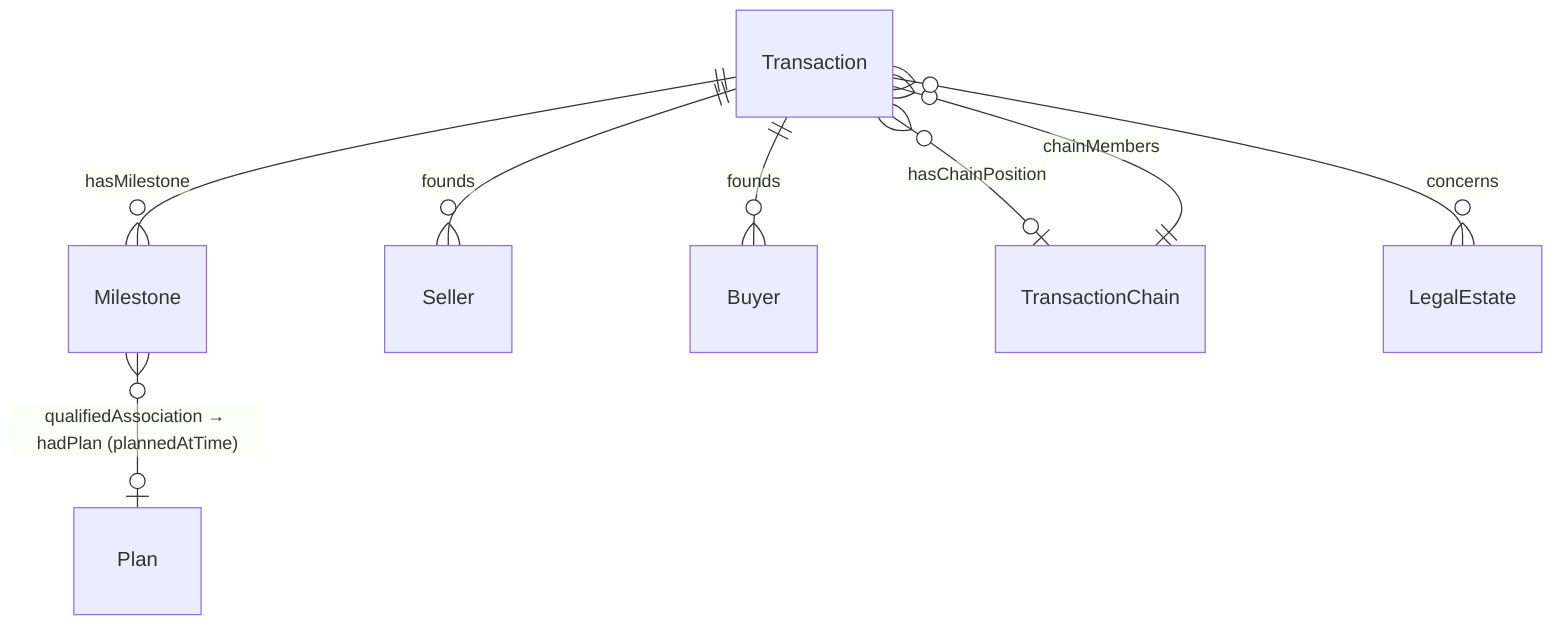
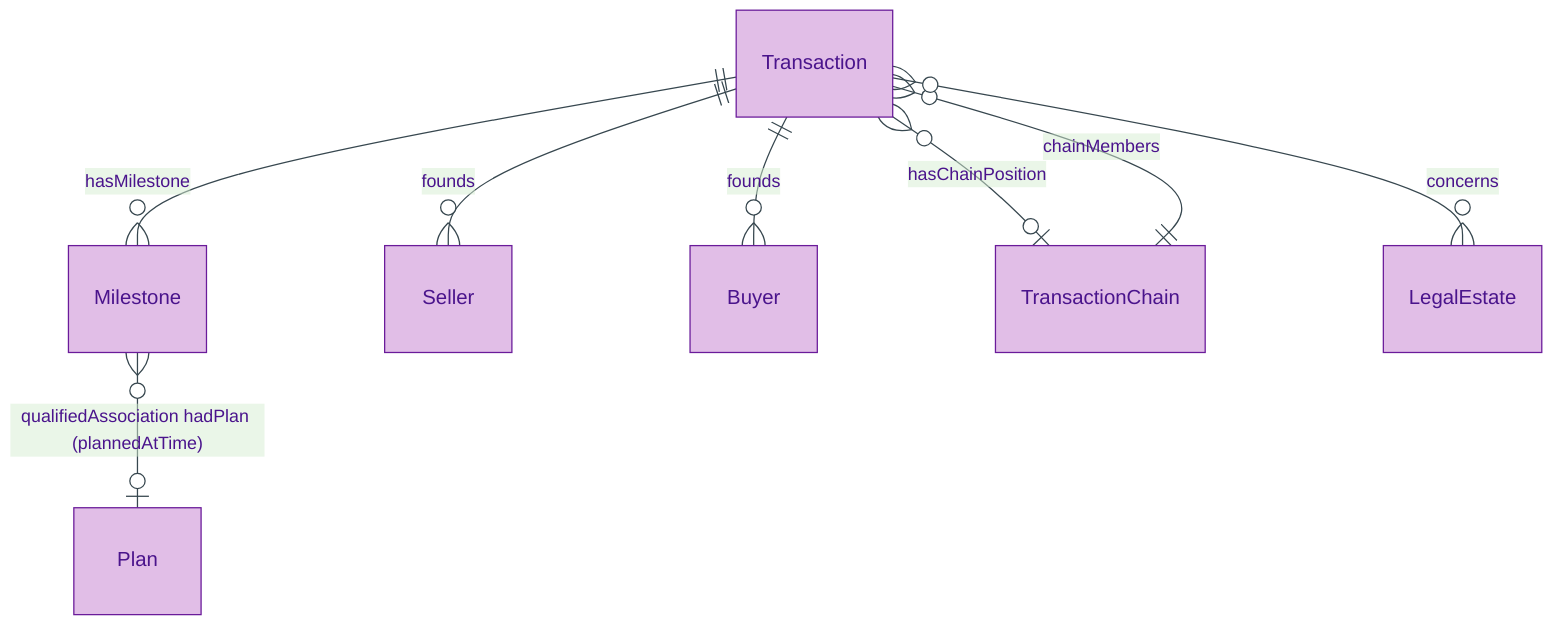
+ %%{init: {"theme": "base", "themeVariables": {"primaryColor": "#E1BEE7", "primaryTextColor": "#4A148C", "primaryBorderColor": "#6A1B9A", "lineColor": "#37474F"}}}%%
erDiagram
+     accTitle: Transaction Module — Entity-Relationship Diagram
+     accDescr: Transaction Relator, lifecycle Milestones, and TransactionChain aggregate with intra-module relationships and cross-module ties to Seller, Buyer, and LegalEstate.
+ 
    Transaction ||--o{ Milestone : "hasMilestone"
    Transaction ||--o{ Seller : "founds"
    Transaction ||--o{ Buyer : "founds"
    Transaction }o--o| TransactionChain : "hasChainPosition"
    TransactionChain ||--o{ Transaction : "chainMembers"
    Transaction }o--o{ LegalEstate : "concerns"
-     Milestone }o--o| Plan : "qualifiedAssociation → hadPlan (plannedAtTime)"
+     Milestone }o--o| Plan : "qualifiedAssociation hadPlan (plannedAtTime)"
